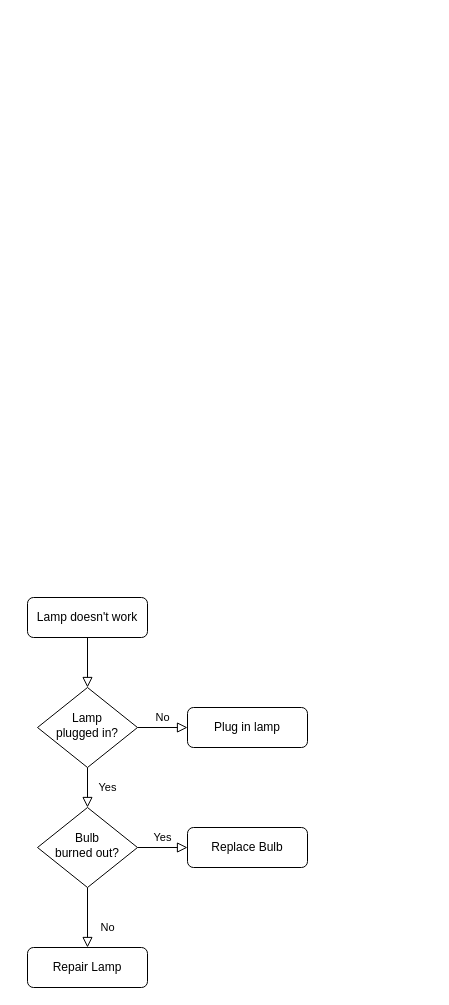
Above: 学校重复判断.drawio in hellojd2018/ms_document (draw.io), before the change. Source tidied: cells renumbered, new cells numbered last; positions are measured from the earlier drawing's top-left corner, leaving out a move shared by most shapes. Both pictures are drawn from the tidied source at 100%, with x=0, y=0 at pixel (27, 597).
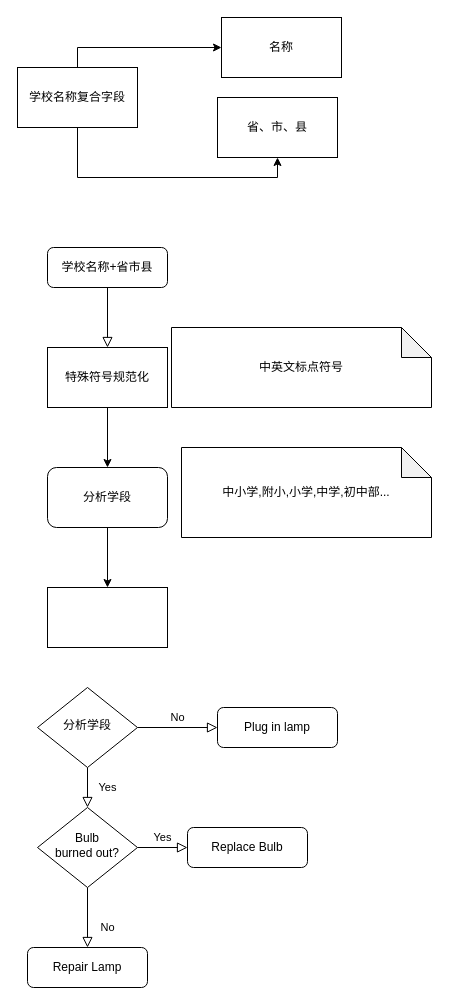
The same diagram, later.

Commit message:
Update 学校重复判断.drawio

Diff of the diagram source:
```diff
@@
-    <mxCell id="2" style="rounded=0;html=1;jettySize=auto;fontSize=11;endArrow=block;endFill=0;endSize=8;strokeWidth=1;shadow=0;labelBackgroundColor=none;edgeStyle=orthogonalEdgeStyle;" parent="1" edge="1" source="3" target="6">
+    <mxCell id="2" style="rounded=0;html=1;jettySize=auto;fontSize=11;endArrow=block;endFill=0;endSize=8;strokeWidth=1;shadow=0;labelBackgroundColor=none;edgeStyle=orthogonalEdgeStyle;" parent="1" edge="1" source="3" target="14">
       <mxGeometry relative="1" as="geometry" />
     </mxCell>
-    <mxCell id="3" value="Lamp doesn't work" style="rounded=1;whiteSpace=wrap;html=1;fontSize=12;glass=0;strokeWidth=1;shadow=0;" parent="1" vertex="1">
-      <mxGeometry width="120" height="40" as="geometry" />
+    <mxCell id="3" value="学校名称+省市县" style="rounded=1;whiteSpace=wrap;html=1;fontSize=12;glass=0;strokeWidth=1;shadow=0;" parent="1" vertex="1">
+      <mxGeometry x="20" y="-350" width="120" height="40" as="geometry" />
     </mxCell>
@@
-    <mxCell id="6" value="Lamp&lt;br&gt;plugged in?" style="rhombus;whiteSpace=wrap;html=1;shadow=0;fontFamily=Helvetica;fontSize=12;align=center;strokeWidth=1;spacing=6;spacingTop=-4;" parent="1" vertex="1">
+    <mxCell id="6" value="分析学段" style="rhombus;whiteSpace=wrap;html=1;shadow=0;fontFamily=Helvetica;fontSize=12;align=center;strokeWidth=1;spacing=6;spacingTop=-4;" parent="1" vertex="1">
       <mxGeometry x="10" y="90" width="100" height="80" as="geometry" />
     </mxCell>
     <mxCell id="7" value="Plug in lamp" style="rounded=1;whiteSpace=wrap;html=1;fontSize=12;glass=0;strokeWidth=1;shadow=0;" parent="1" vertex="1">
-      <mxGeometry x="160" y="110" width="120" height="40" as="geometry" />
+      <mxGeometry x="190" y="110" width="120" height="40" as="geometry" />
     </mxCell>
@@
+    <mxCell id="13" style="edgeStyle=orthogonalEdgeStyle;rounded=0;jettySize=auto;html=1;exitX=0.5;exitY=1;exitDx=0;exitDy=0;" parent="1" edge="1" source="14" target="17">
+      <mxGeometry relative="1" as="geometry" />
+    </mxCell>
+    <mxCell id="14" value="特殊符号规范化" style="rounded=0;whiteSpace=wrap;html=1;" parent="1" vertex="1">
+      <mxGeometry x="20" y="-250" width="120" height="60" as="geometry" />
+    </mxCell>
+    <mxCell id="15" value="中英文标点符号" style="shape=note;whiteSpace=wrap;html=1;backgroundOutline=1;darkOpacity=0.05;" parent="1" vertex="1">
+      <mxGeometry x="144" y="-270" width="260" height="80" as="geometry" />
+    </mxCell>
+    <mxCell id="16" style="edgeStyle=orthogonalEdgeStyle;rounded=0;jettySize=auto;html=1;exitX=0.5;exitY=1;exitDx=0;exitDy=0;" parent="1" edge="1" source="17" target="19">
+      <mxGeometry relative="1" as="geometry" />
+    </mxCell>
+    <mxCell id="17" value="分析学段" style="rounded=1;whiteSpace=wrap;html=1;" parent="1" vertex="1">
+      <mxGeometry x="20" y="-130" width="120" height="60" as="geometry" />
+    </mxCell>
+    <mxCell id="18" value="中小学,附小,小学,中学,初中部..." style="shape=note;whiteSpace=wrap;html=1;backgroundOutline=1;darkOpacity=0.05;" parent="1" vertex="1">
+      <mxGeometry x="154" y="-150" width="250" height="90" as="geometry" />
+    </mxCell>
+    <mxCell id="19" style="rounded=0;whiteSpace=wrap;html=1;" parent="1" vertex="1">
+      <mxGeometry x="20" y="-10" width="120" height="60" as="geometry" />
+    </mxCell>
+    <mxCell id="20" style="edgeStyle=orthogonalEdgeStyle;rounded=0;jettySize=auto;html=1;exitX=0.5;exitY=0;exitDx=0;exitDy=0;" parent="1" edge="1" source="22" target="23">
+      <mxGeometry relative="1" as="geometry" />
+    </mxCell>
+    <mxCell id="21" style="edgeStyle=orthogonalEdgeStyle;rounded=0;jettySize=auto;html=1;exitX=0.5;exitY=1;exitDx=0;exitDy=0;entryX=0.5;entryY=1;entryDx=0;entryDy=0;" parent="1" edge="1" source="22" target="24">
+      <mxGeometry relative="1" as="geometry" />
+    </mxCell>
+    <mxCell id="22" value="学校名称复合字段" style="rounded=0;whiteSpace=wrap;html=1;" parent="1" vertex="1">
+      <mxGeometry x="-10" y="-530" width="120" height="60" as="geometry" />
+    </mxCell>
+    <mxCell id="23" value="名称" style="rounded=0;whiteSpace=wrap;html=1;" parent="1" vertex="1">
+      <mxGeometry x="194" y="-580" width="120" height="60" as="geometry" />
+    </mxCell>
+    <mxCell id="24" value="省、市、县" style="rounded=0;whiteSpace=wrap;html=1;" parent="1" vertex="1">
+      <mxGeometry x="190" y="-500" width="120" height="60" as="geometry" />
+    </mxCell>
```
